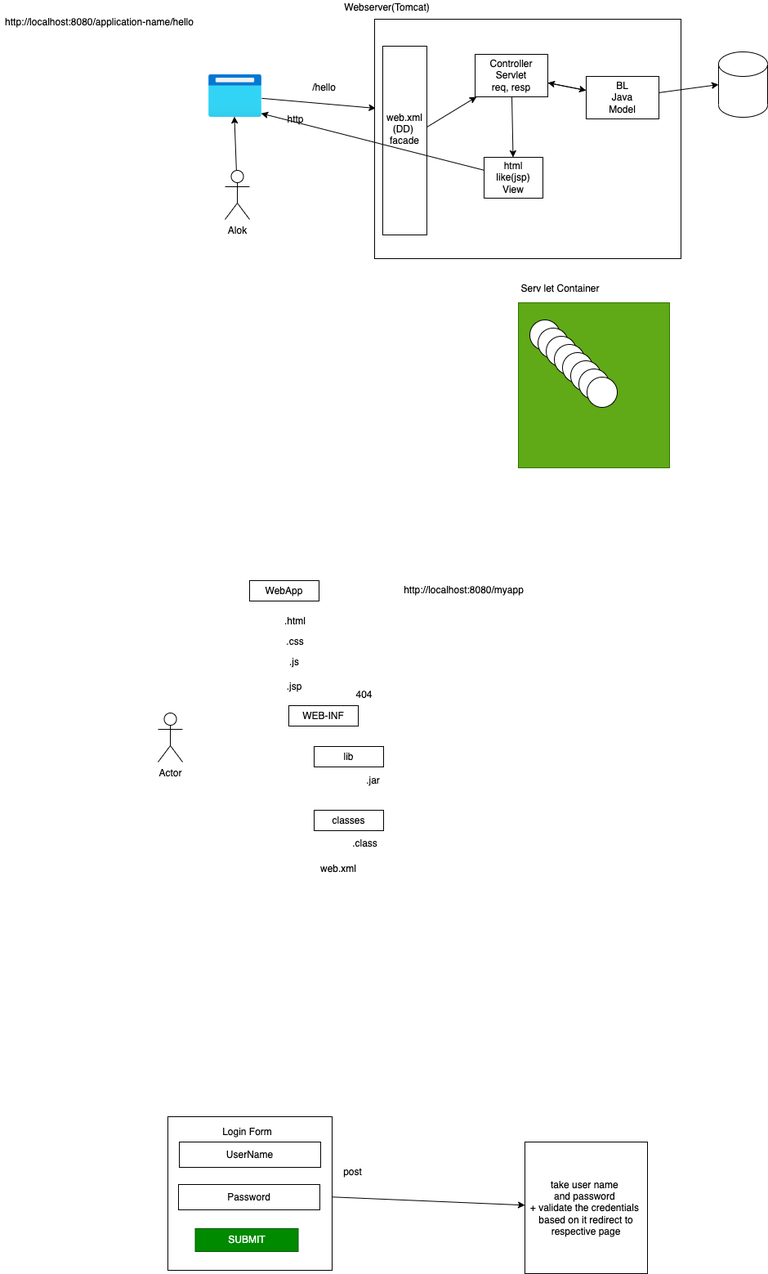
Above: images/day11.drawio.png in adithnaveen/2022-jul-asde-jfs-sapient (draw.io), before the change. Source tidied: cells renumbered, new cells last; positions are measured from the earlier drawing's top-left corner, leaving out a move shared by most shapes.
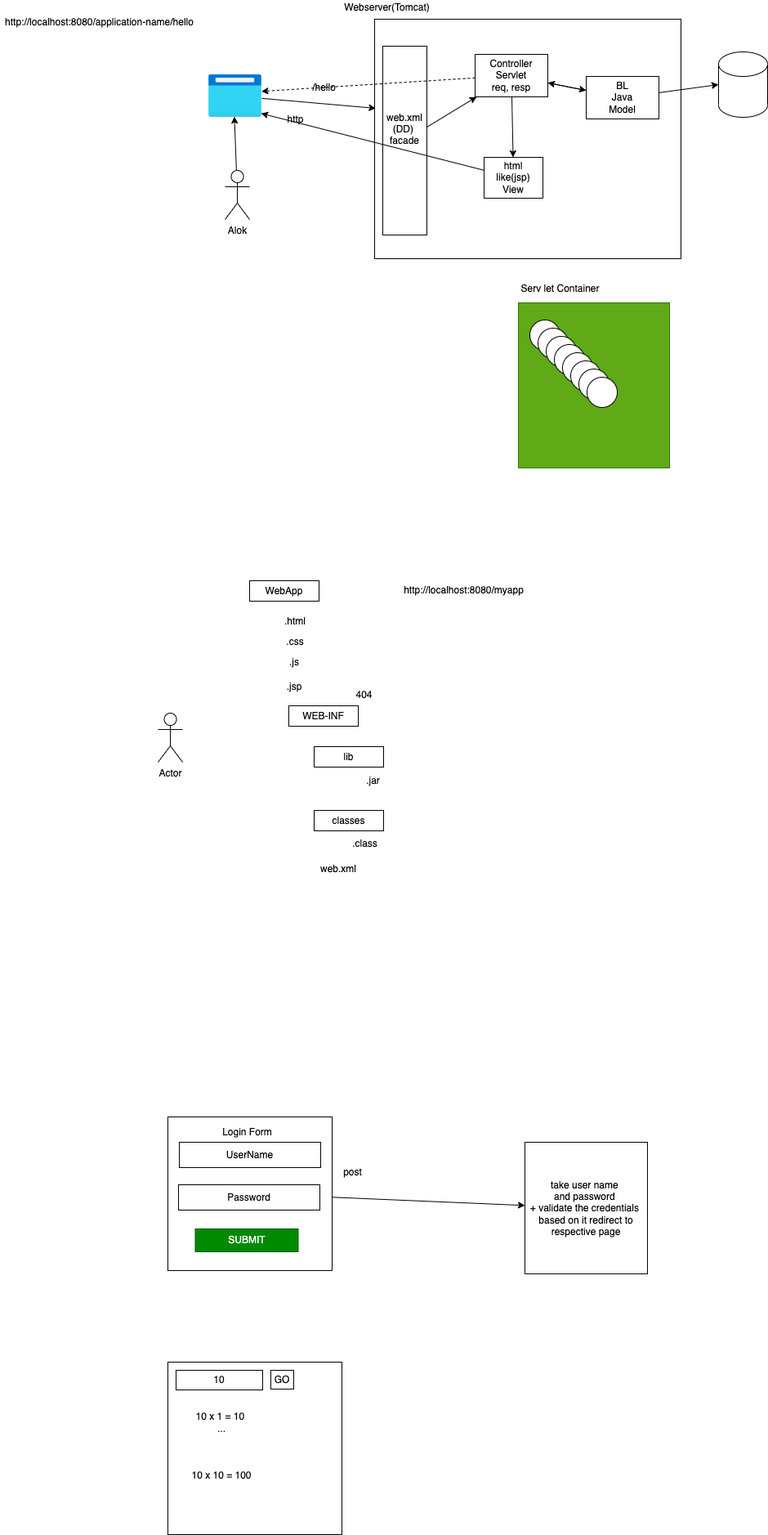
Above is the later version.

Change to the diagram source:
```diff
@@ -52,6 +52,9 @@
     <mxCell id="17" style="edgeStyle=none;html=1;" parent="1" edge="1" source="18" target="20">
       <mxGeometry relative="1" as="geometry" />
     </mxCell>
+    <mxCell id="54" style="edgeStyle=none;html=1;entryX=0.991;entryY=0.39;entryDx=0;entryDy=0;entryPerimeter=0;dashed=1;" parent="1" edge="1" source="18" target="8">
+      <mxGeometry relative="1" as="geometry" />
+    </mxCell>
     <mxCell id="18" value="Controller&lt;br&gt;Servlet&lt;br&gt;req, resp" style="rounded=0;whiteSpace=wrap;html=1;" parent="1" vertex="1">
       <mxGeometry x="581" y="66" width="89" height="52" as="geometry" />
     </mxCell>
@@ -160,5 +163,17 @@
     <mxCell id="53" value="take user name&amp;nbsp;&lt;br&gt;and password&amp;nbsp;&lt;br&gt;+ validate the credentials&amp;nbsp;&lt;br&gt;based on it redirect to respective page" style="rounded=0;whiteSpace=wrap;html=1;" parent="1" vertex="1">
       <mxGeometry x="642" y="1397" width="150" height="161" as="geometry" />
     </mxCell>
+    <mxCell id="55" style="rounded=0;whiteSpace=wrap;html=1;" parent="1" vertex="1">
+      <mxGeometry x="205" y="1666" width="213" height="211" as="geometry" />
+    </mxCell>
+    <mxCell id="56" value="10" style="rounded=0;whiteSpace=wrap;html=1;" parent="1" vertex="1">
+      <mxGeometry x="215" y="1676" width="106" height="24" as="geometry" />
+    </mxCell>
+    <mxCell id="57" value="GO" style="rounded=0;whiteSpace=wrap;html=1;" parent="1" vertex="1">
+      <mxGeometry x="331" y="1676" width="28" height="23" as="geometry" />
+    </mxCell>
+    <mxCell id="58" value="10 x 1 = 10&amp;nbsp;&lt;br&gt;...&lt;br&gt;&lt;br&gt;&lt;br&gt;&lt;br&gt;10 x 10 = 100" style="text;html=1;strokeColor=none;fillColor=none;align=center;verticalAlign=middle;whiteSpace=wrap;rounded=0;" parent="1" vertex="1">
+      <mxGeometry x="219" y="1713" width="104" height="112" as="geometry" />
+    </mxCell>
   </root>
 </mxGraphModel>
```
